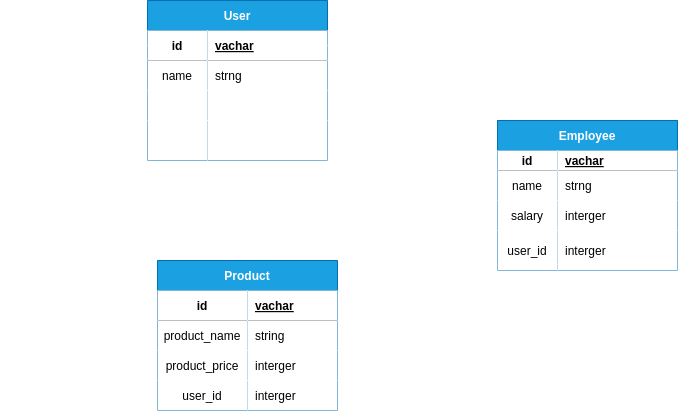
The draw.io diagram data.png in Ken104-web/datadb, before a commit. Source tidied: cells renumbered, new cells last; positions are measured from the earlier drawing's top-left corner, leaving out a move shared by most shapes.
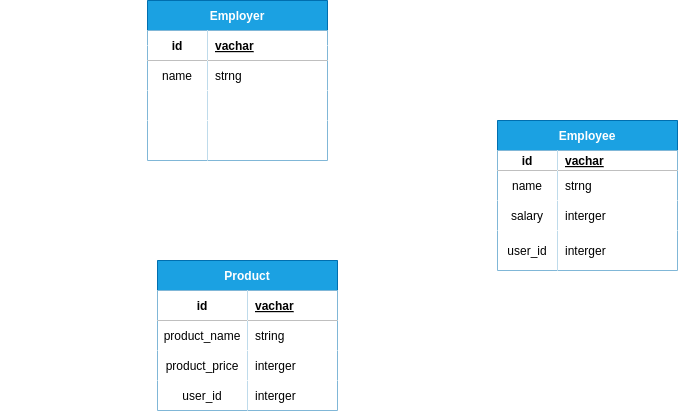
Above is the later version.

Diff of the diagram source:
```diff
@@ -2,7 +2,7 @@
   <root>
     <mxCell id="0" />
     <mxCell id="1" parent="0" />
-    <mxCell id="2" value="User" style="shape=table;startSize=30;rowLines=0;fontStyle=1;align=center;fillColor=#1ba1e2;fontColor=#ffffff;strokeColor=#006EAF;" parent="1" vertex="1">
+    <mxCell id="2" value="Employer" style="shape=table;startSize=30;rowLines=0;fontStyle=1;align=center;fillColor=#1ba1e2;fontColor=#ffffff;strokeColor=#006EAF;" parent="1" vertex="1">
       <mxGeometry x="140" width="180" height="160" as="geometry" />
     </mxCell>
     <mxCell id="3" style="shape=tableRow;horizontal=0;startSize=0;swimlaneHead=0;swimlaneBody=0;fillColor=none;points=[[0,0.5],[1,0.5]];portConstraint=eastwest;top=0;left=0;right=0;bottom=1;" parent="2" vertex="1">
```
